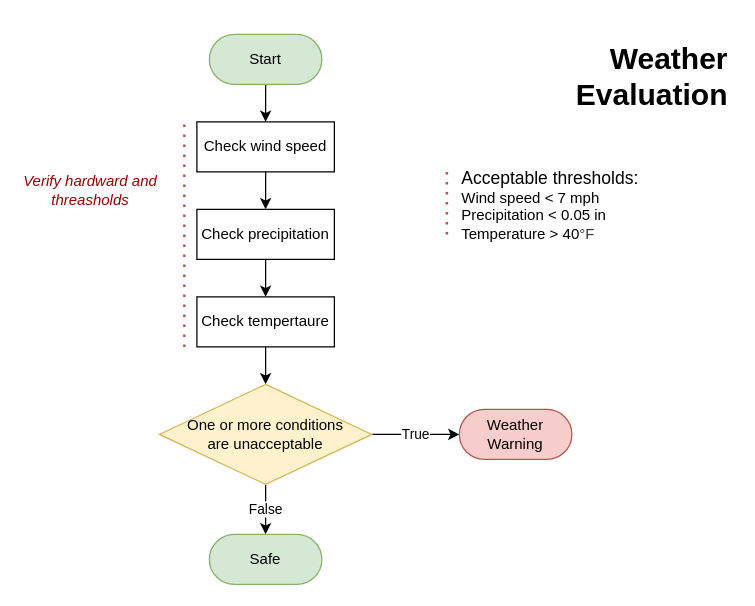
Above: page "Weather-Evaluation" (5 of 9) of Drawio-Diagrams/Nest Behavioral Diagrams Fall-2020.drawio in impress-msu/Documentation (draw.io), before the change. Source tidied: cells renumbered, new cells numbered last; positions are measured from the earlier drawing's top-left corner, leaving out a move shared by most shapes. Both pictures are drawn from the tidied source at 125%, with x=0, y=0 at pixel (21, 34).
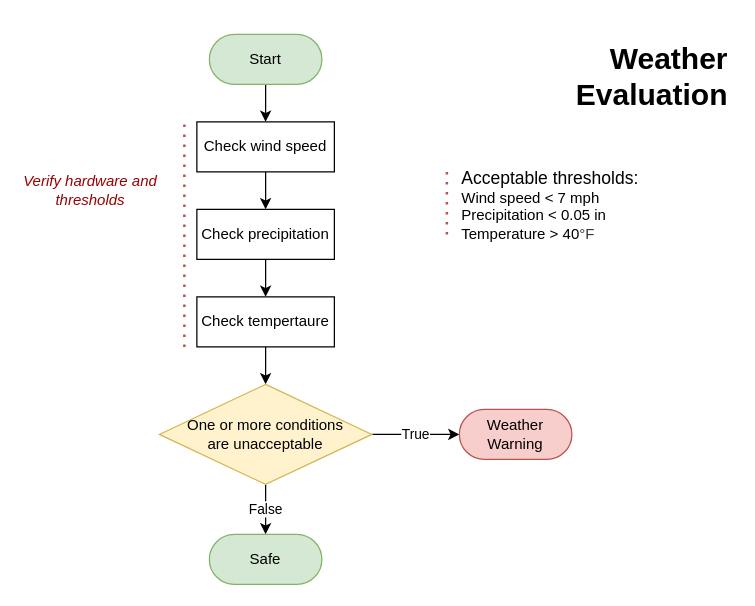
Above is the later version.

Commit message:
Fixed spelling errors

What changed in the source:
```diff
@@
-    <mxCell id="19" value="&lt;i&gt;&lt;font color=&quot;#990000&quot;&gt;Verify hardward and threasholds&lt;/font&gt;&lt;/i&gt;" style="text;html=1;strokeColor=none;fillColor=none;align=center;verticalAlign=middle;whiteSpace=wrap;rounded=0;" parent="1" vertex="1">
+    <mxCell id="19" value="&lt;i&gt;&lt;font color=&quot;#990000&quot;&gt;Verify hardware and thresholds&lt;/font&gt;&lt;/i&gt;" style="text;html=1;strokeColor=none;fillColor=none;align=center;verticalAlign=middle;whiteSpace=wrap;rounded=0;" parent="1" vertex="1">
       <mxGeometry y="90" width="110" height="70" as="geometry" />
     </mxCell>
```
